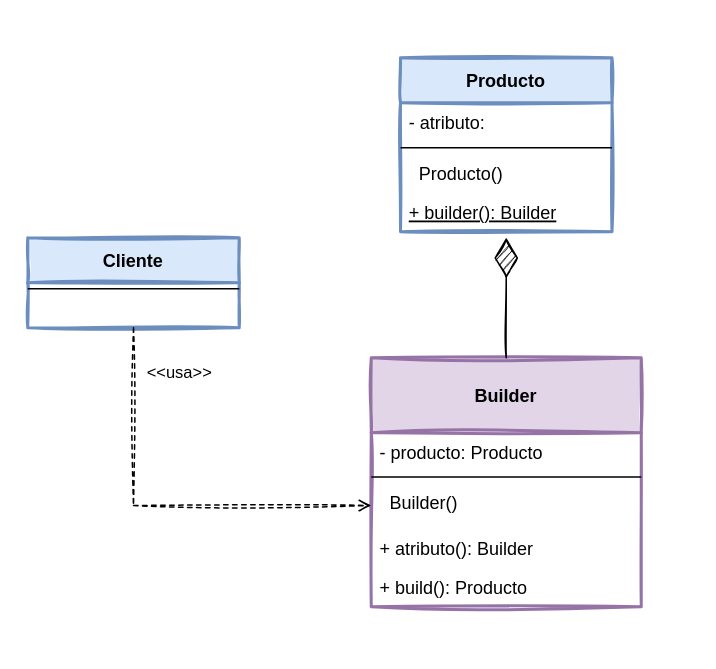
This is page "Builder - Plantilla C" (3 of 6) of Builder.drawio from JavaTutoriales/Builder, a draw.io file, before an edit. Source tidied: cells renumbered, new cells numbered last; positions are measured from the earlier drawing's top-left corner, leaving out a move shared by most shapes. Both pictures are drawn from the tidied source at 150%, with x=0, y=0 at pixel (27, 57).
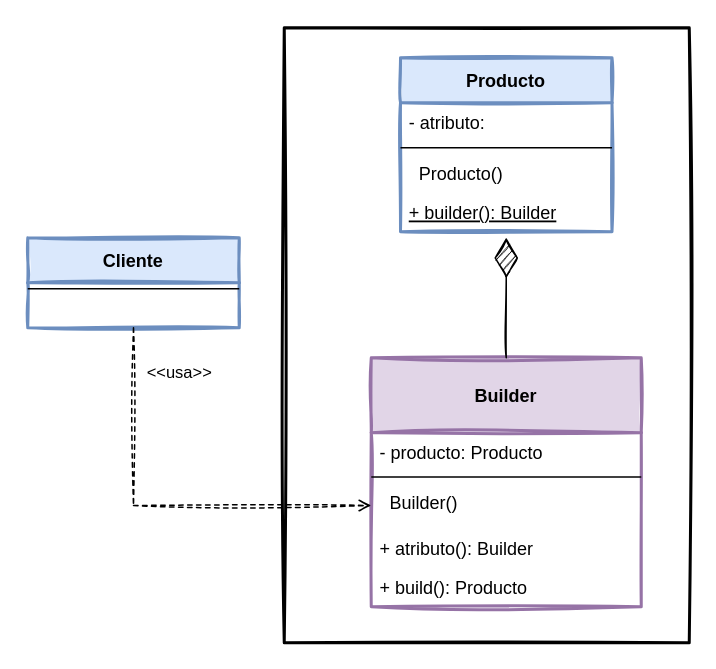
The same page after the edit.

Diff of the diagram source:
```diff
@@
 <mxGraphModel>
   <root>
     <mxCell id="0" />
     <mxCell id="1" parent="0" />
+    <mxCell id="17" style="rounded=0;whiteSpace=wrap;html=1;sketch=1;fillStyle=solid;startSize=30;strokeWidth=2;" parent="1" vertex="1">
+      <mxGeometry x="171" y="-20" width="270" height="410" as="geometry" />
+    </mxCell>
     <mxCell id="2" value="Builder" style="swimlane;fontStyle=1;align=center;verticalAlign=middle;horizontal=1;startSize=50;rounded=0;shadow=0;strokeWidth=2;strokeColor=#9673a6;fillColor=#e1d5e7;swimlaneFillColor=rgba(255, 255, 255, 1);sketch=1;fillStyle=solid;" parent="1" vertex="1">
       <mxGeometry x="229" y="200" width="180" height="166" as="geometry" />
     </mxCell>
     <mxCell id="3" value="- producto: Producto" style="text;strokeColor=none;fillColor=none;align=left;verticalAlign=top;spacingLeft=4;spacingRight=4;overflow=hidden;sketch=1;" parent="2" vertex="1">
       <mxGeometry y="50" width="180" height="26" as="geometry" />
     </mxCell>
     <mxCell id="4" style="line;html=1;strokeWidth=1;align=left;verticalAlign=middle;spacingTop=-1;spacingLeft=3;spacingRight=3;labelPosition=right;" parent="2" vertex="1">
       <mxGeometry y="76" width="180" height="7" as="geometry" />
     </mxCell>
     <mxCell id="5" value="  Builder()" style="text;strokeColor=none;fillColor=none;align=left;verticalAlign=top;spacingLeft=4;spacingRight=4;overflow=hidden;points=[[0,0.5],[1,0.5]];portConstraint=eastwest;rounded=1;sketch=1;fillStyle=solid;startSize=30;" parent="2" vertex="1">
       <mxGeometry y="83" width="180" height="31" as="geometry" />
     </mxCell>
     <mxCell id="6" value="+ atributo(): Builder" style="text;strokeColor=none;fillColor=none;align=left;verticalAlign=top;spacingLeft=4;spacingRight=4;overflow=hidden;sketch=1;" parent="2" vertex="1">
       <mxGeometry y="114" width="180" height="26" as="geometry" />
     </mxCell>
     <mxCell id="7" value="+ build(): Producto" style="text;strokeColor=none;fillColor=none;align=left;verticalAlign=top;spacingLeft=4;spacingRight=4;overflow=hidden;sketch=1;" parent="2" vertex="1">
       <mxGeometry y="140" width="180" height="26" as="geometry" />
     </mxCell>
     <mxCell id="8" value="Producto" style="swimlane;fontStyle=1;align=center;verticalAlign=middle;horizontal=1;startSize=30;rounded=0;shadow=0;strokeWidth=2;strokeColor=#6c8ebf;fillColor=#dae8fc;swimlaneFillColor=rgba(255, 255, 255, 1);sketch=1;fillStyle=solid;" parent="1" vertex="1">
       <mxGeometry x="248.5" width="141" height="116" as="geometry" />
     </mxCell>
     <mxCell id="9" value="- atributo: " style="text;strokeColor=none;fillColor=none;align=left;verticalAlign=top;spacingLeft=4;spacingRight=4;overflow=hidden;sketch=1;" parent="8" vertex="1">
       <mxGeometry y="30" width="141" height="26" as="geometry" />
     </mxCell>
     <mxCell id="10" style="line;html=1;strokeWidth=1;align=left;verticalAlign=middle;spacingTop=-1;spacingLeft=3;spacingRight=3;labelPosition=right;" parent="8" vertex="1">
       <mxGeometry y="56" width="141" height="8" as="geometry" />
     </mxCell>
     <mxCell id="11" value="  Producto()" style="text;strokeColor=none;fillColor=none;align=left;verticalAlign=top;spacingLeft=4;spacingRight=4;overflow=hidden;sketch=1;" parent="8" vertex="1">
       <mxGeometry y="64" width="141" height="26" as="geometry" />
     </mxCell>
     <mxCell id="12" value="+ builder(): Builder" style="text;strokeColor=none;fillColor=none;align=left;verticalAlign=top;spacingLeft=4;spacingRight=4;overflow=hidden;points=[[0,0.5],[1,0.5]];portConstraint=eastwest;sketch=1;fontStyle=4;" parent="8" vertex="1">
       <mxGeometry y="90" width="141" height="26" as="geometry" />
     </mxCell>
     <mxCell id="13" value="Cliente" style="swimlane;fontStyle=1;align=center;verticalAlign=middle;horizontal=1;startSize=30;rounded=0;shadow=0;strokeWidth=2;strokeColor=#6c8ebf;fillColor=#dae8fc;swimlaneFillColor=rgba(255, 255, 255, 1);sketch=1;fillStyle=solid;" parent="1" vertex="1">
       <mxGeometry y="120" width="141" height="60" as="geometry" />
     </mxCell>
     <mxCell id="14" style="line;html=1;strokeWidth=1;align=left;verticalAlign=middle;spacingTop=-1;spacingLeft=3;spacingRight=3;labelPosition=right;" parent="13" vertex="1">
       <mxGeometry y="30" width="141" height="8" as="geometry" />
     </mxCell>
     <mxCell id="15" value="&amp;lt;&amp;lt;usa&amp;gt;&amp;gt;" style="edgeStyle=orthogonalEdgeStyle;rounded=0;jettySize=auto;html=1;startSize=30;dashed=1;endFill=0;endArrow=open;exitX=0.5;exitY=1;exitDx=0;exitDy=0;sketch=1;entryX=0;entryY=0.5;entryDx=0;entryDy=0;" parent="1" edge="1" source="13" target="5">
       <mxGeometry x="-0.78" y="30" relative="1" as="geometry">
         <Array as="points">
           <mxPoint x="71" y="299" />
         </Array>
       </mxGeometry>
     </mxCell>
     <mxCell id="16" style="endArrow=diamondThin;endFill=1;endSize=24;html=1;rounded=0;sketch=1;exitX=0.5;exitY=0;exitDx=0;exitDy=0;entryX=0.5;entryY=1.154;entryDx=0;entryDy=0;entryPerimeter=0;" parent="1" edge="1" source="2" target="12">
       <mxGeometry relative="1" as="geometry" />
     </mxCell>
   </root>
 </mxGraphModel>
```
